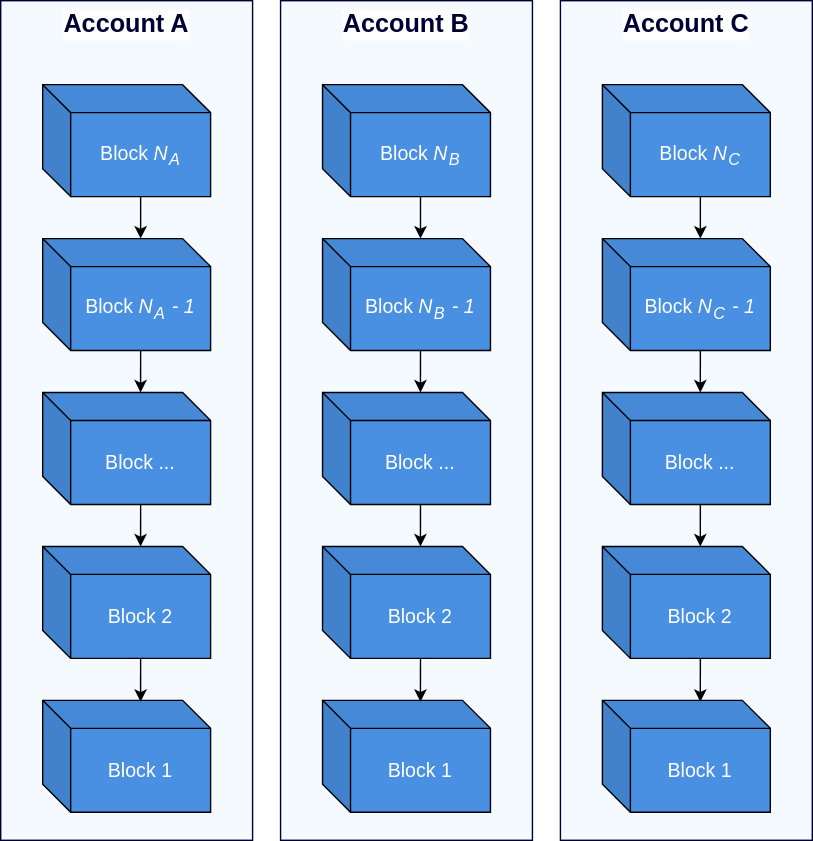
The draw.io diagram docs/diagrams/account-chains.svg in nanocurrency/nano-docs, before a commit. Source tidied: cells renumbered, new cells last; positions are measured from the earlier drawing's top-left corner, leaving out a move shared by most shapes.
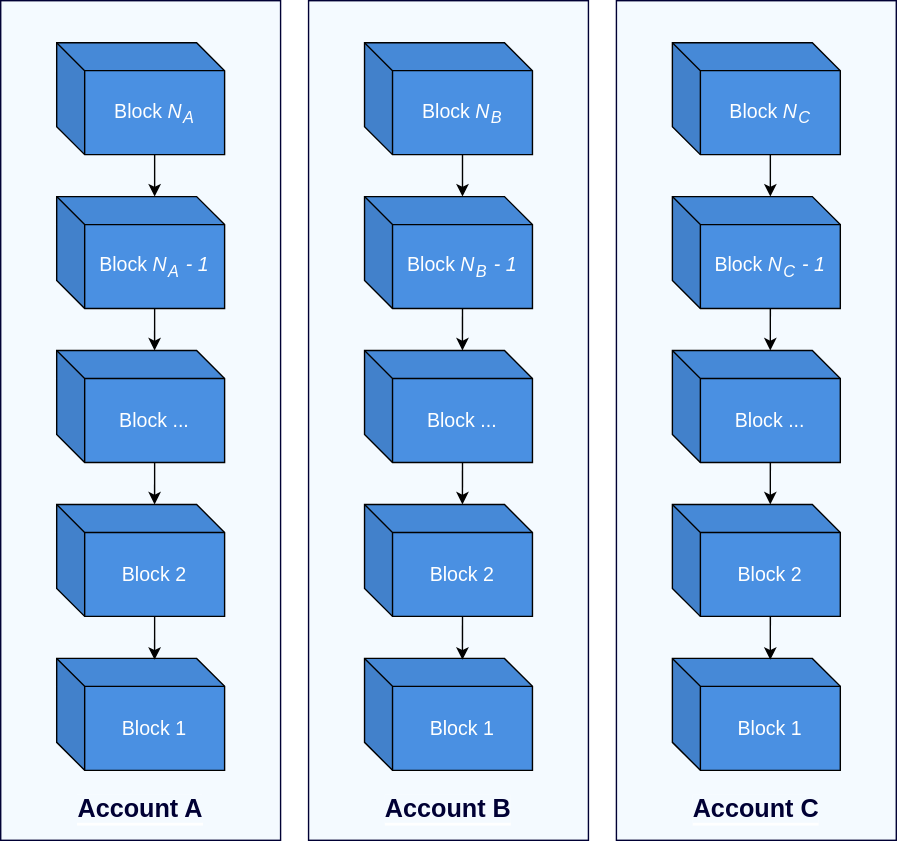
After the change.

Change to the diagram source:
```diff
@@ -2,28 +2,28 @@
   <root>
     <mxCell id="0" />
     <mxCell id="1" parent="0" />
-    <mxCell id="2" value="&lt;font color=&quot;#000034&quot; size=&quot;1&quot;&gt;&lt;b style=&quot;font-size: 18px&quot;&gt;Account A&lt;/b&gt;&lt;/font&gt;" style="rounded=0;whiteSpace=wrap;html=1;verticalAlign=top;labelBackgroundColor=#ffffff;fillColor=#F4FAFF;strokeColor=#000034;" parent="1" vertex="1">
-      <mxGeometry width="180" height="600" as="geometry" />
+    <mxCell id="2" value="&lt;font color=&quot;#000034&quot; size=&quot;1&quot;&gt;&lt;b style=&quot;font-size: 18px ; background-color: rgb(244 , 250 , 255)&quot;&gt;Account A&lt;/b&gt;&lt;/font&gt;" style="rounded=0;whiteSpace=wrap;html=1;verticalAlign=bottom;labelBackgroundColor=#ffffff;fillColor=#F4FAFF;strokeColor=#000034;spacingBottom=8;" parent="1" vertex="1">
+      <mxGeometry x="-20" width="200" height="600" as="geometry" />
     </mxCell>
     <mxCell id="3" value="&lt;span style=&quot;color: rgb(255 , 255 , 255) ; font-family: &amp;#34;helvetica&amp;#34; ; font-size: 14px&quot;&gt;Block&lt;/span&gt;&lt;span style=&quot;color: rgb(255 , 255 , 255) ; font-family: &amp;#34;helvetica&amp;#34; ; font-size: 14px&quot;&gt;&amp;nbsp;&lt;/span&gt;&lt;i style=&quot;color: rgb(255 , 255 , 255) ; font-family: &amp;#34;helvetica&amp;#34; ; font-size: 14px ; box-sizing: inherit&quot;&gt;N&lt;sub style=&quot;box-sizing: inherit ; line-height: 1em ; margin-left: 0.078125em&quot;&gt;A&lt;/sub&gt;&lt;/i&gt;" style="shape=cube;whiteSpace=wrap;html=1;boundedLbl=1;backgroundOutline=1;darkOpacity=0.05;darkOpacity2=0.1;fillColor=#4A90E2;" parent="1" vertex="1">
-      <mxGeometry x="30" y="60" width="120" height="80" as="geometry" />
+      <mxGeometry x="20" y="30" width="120" height="80" as="geometry" />
     </mxCell>
     <mxCell id="4" value="&lt;span style=&quot;color: rgb(255 , 255 , 255) ; font-family: &amp;#34;helvetica&amp;#34; ; font-size: 14px&quot;&gt;Block&lt;/span&gt;&lt;span style=&quot;color: rgb(255 , 255 , 255) ; font-family: &amp;#34;helvetica&amp;#34; ; font-size: 14px&quot;&gt;&amp;nbsp;&lt;/span&gt;&lt;i style=&quot;color: rgb(255 , 255 , 255) ; font-family: &amp;#34;helvetica&amp;#34; ; font-size: 14px ; box-sizing: inherit&quot;&gt;N&lt;sub style=&quot;box-sizing: inherit ; line-height: 1em ; margin-left: 0.078125em&quot;&gt;A&lt;/sub&gt;&lt;span style=&quot;box-sizing: inherit ; line-height: 1em ; margin-left: 0.078125em&quot;&gt;&amp;nbsp;- 1&lt;/span&gt;&lt;/i&gt;" style="shape=cube;whiteSpace=wrap;html=1;boundedLbl=1;backgroundOutline=1;darkOpacity=0.05;darkOpacity2=0.1;fillColor=#4A90E2;" parent="1" vertex="1">
-      <mxGeometry x="30" y="170" width="120" height="80" as="geometry" />
+      <mxGeometry x="20" y="140" width="120" height="80" as="geometry" />
     </mxCell>
     <mxCell id="5" value="&lt;font color=&quot;#ffffff&quot; face=&quot;helvetica&quot;&gt;&lt;span style=&quot;font-size: 14px&quot;&gt;Block ...&lt;/span&gt;&lt;/font&gt;" style="shape=cube;whiteSpace=wrap;html=1;boundedLbl=1;backgroundOutline=1;darkOpacity=0.05;darkOpacity2=0.1;fillColor=#4A90E2;" parent="1" vertex="1">
-      <mxGeometry x="30" y="280" width="120" height="80" as="geometry" />
+      <mxGeometry x="20" y="250" width="120" height="80" as="geometry" />
     </mxCell>
     <mxCell id="6" value="&lt;font color=&quot;#ffffff&quot; face=&quot;helvetica&quot;&gt;&lt;span style=&quot;font-size: 14px&quot;&gt;Block 2&lt;/span&gt;&lt;/font&gt;" style="shape=cube;whiteSpace=wrap;html=1;boundedLbl=1;backgroundOutline=1;darkOpacity=0.05;darkOpacity2=0.1;fillColor=#4A90E2;" parent="1" vertex="1">
-      <mxGeometry x="30" y="390" width="120" height="80" as="geometry" />
+      <mxGeometry x="20" y="360" width="120" height="80" as="geometry" />
     </mxCell>
     <mxCell id="7" value="&lt;font color=&quot;#ffffff&quot; face=&quot;helvetica&quot;&gt;&lt;span style=&quot;font-size: 14px&quot;&gt;Block 1&lt;/span&gt;&lt;/font&gt;" style="shape=cube;whiteSpace=wrap;html=1;boundedLbl=1;backgroundOutline=1;darkOpacity=0.05;darkOpacity2=0.1;fillColor=#4A90E2;" parent="1" vertex="1">
-      <mxGeometry x="30" y="500" width="120" height="80" as="geometry" />
+      <mxGeometry x="20" y="470" width="120" height="80" as="geometry" />
     </mxCell>
     <mxCell id="8" style="endArrow=classic;html=1;strokeWidth=1;endFill=1;" parent="1" edge="1">
       <mxGeometry relative="1" as="geometry">
-        <mxPoint x="100" y="140" as="sourcePoint" />
-        <mxPoint x="100" y="170" as="targetPoint" />
+        <mxPoint x="90" y="110" as="sourcePoint" />
+        <mxPoint x="90" y="140" as="targetPoint" />
       </mxGeometry>
     </mxCell>
     <mxCell id="9" style="endArrow=classic;html=1;strokeWidth=1;endFill=1;exitX=0;exitY=0;exitDx=70;exitDy=80;exitPerimeter=0;entryX=0.583;entryY=0;entryDx=0;entryDy=0;entryPerimeter=0;" parent="1" edge="1" source="4" target="5">
@@ -35,28 +35,28 @@
     <mxCell id="11" style="endArrow=classic;html=1;strokeWidth=1;endFill=1;exitX=0;exitY=0;exitDx=70;exitDy=80;exitPerimeter=0;entryX=0.583;entryY=0.013;entryDx=0;entryDy=0;entryPerimeter=0;" parent="1" edge="1" source="6" target="7">
       <mxGeometry relative="1" as="geometry" />
     </mxCell>
-    <mxCell id="12" value="&lt;font color=&quot;#000034&quot; size=&quot;1&quot;&gt;&lt;b style=&quot;font-size: 18px&quot;&gt;Account B&lt;/b&gt;&lt;/font&gt;" style="rounded=0;whiteSpace=wrap;html=1;verticalAlign=top;labelBackgroundColor=#ffffff;fillColor=#F4FAFF;strokeColor=#000034;" parent="1" vertex="1">
-      <mxGeometry x="200" width="180" height="600" as="geometry" />
+    <mxCell id="12" value="&lt;font color=&quot;#000034&quot; size=&quot;1&quot;&gt;&lt;b style=&quot;font-size: 18px ; background-color: rgb(244 , 250 , 255)&quot;&gt;Account B&lt;/b&gt;&lt;/font&gt;" style="rounded=0;whiteSpace=wrap;html=1;verticalAlign=bottom;labelBackgroundColor=#ffffff;fillColor=#F4FAFF;strokeColor=#000034;spacingBottom=8;" parent="1" vertex="1">
+      <mxGeometry x="200" width="200" height="600" as="geometry" />
     </mxCell>
     <mxCell id="13" value="&lt;span style=&quot;color: rgb(255 , 255 , 255) ; font-family: &amp;#34;helvetica&amp;#34; ; font-size: 14px&quot;&gt;Block&lt;/span&gt;&lt;span style=&quot;color: rgb(255 , 255 , 255) ; font-family: &amp;#34;helvetica&amp;#34; ; font-size: 14px&quot;&gt;&amp;nbsp;&lt;/span&gt;&lt;i style=&quot;color: rgb(255 , 255 , 255) ; font-family: &amp;#34;helvetica&amp;#34; ; font-size: 14px ; box-sizing: inherit&quot;&gt;N&lt;sub style=&quot;box-sizing: inherit ; line-height: 1em ; margin-left: 0.078125em&quot;&gt;B&lt;/sub&gt;&lt;/i&gt;" style="shape=cube;whiteSpace=wrap;html=1;boundedLbl=1;backgroundOutline=1;darkOpacity=0.05;darkOpacity2=0.1;fillColor=#4A90E2;" parent="1" vertex="1">
-      <mxGeometry x="230" y="60" width="120" height="80" as="geometry" />
+      <mxGeometry x="240" y="30" width="120" height="80" as="geometry" />
     </mxCell>
     <mxCell id="14" value="&lt;span style=&quot;color: rgb(255 , 255 , 255) ; font-family: &amp;#34;helvetica&amp;#34; ; font-size: 14px&quot;&gt;Block&lt;/span&gt;&lt;span style=&quot;color: rgb(255 , 255 , 255) ; font-family: &amp;#34;helvetica&amp;#34; ; font-size: 14px&quot;&gt;&amp;nbsp;&lt;/span&gt;&lt;i style=&quot;color: rgb(255 , 255 , 255) ; font-family: &amp;#34;helvetica&amp;#34; ; font-size: 14px ; box-sizing: inherit&quot;&gt;N&lt;sub style=&quot;box-sizing: inherit ; line-height: 1em ; margin-left: 0.078125em&quot;&gt;B&lt;/sub&gt;&lt;span style=&quot;box-sizing: inherit ; line-height: 1em ; margin-left: 0.078125em&quot;&gt;&amp;nbsp;- 1&lt;/span&gt;&lt;/i&gt;" style="shape=cube;whiteSpace=wrap;html=1;boundedLbl=1;backgroundOutline=1;darkOpacity=0.05;darkOpacity2=0.1;fillColor=#4A90E2;" parent="1" vertex="1">
-      <mxGeometry x="230" y="170" width="120" height="80" as="geometry" />
+      <mxGeometry x="240" y="140" width="120" height="80" as="geometry" />
     </mxCell>
     <mxCell id="15" value="&lt;font color=&quot;#ffffff&quot; face=&quot;helvetica&quot;&gt;&lt;span style=&quot;font-size: 14px&quot;&gt;Block ...&lt;/span&gt;&lt;/font&gt;" style="shape=cube;whiteSpace=wrap;html=1;boundedLbl=1;backgroundOutline=1;darkOpacity=0.05;darkOpacity2=0.1;fillColor=#4A90E2;" parent="1" vertex="1">
-      <mxGeometry x="230" y="280" width="120" height="80" as="geometry" />
+      <mxGeometry x="240" y="250" width="120" height="80" as="geometry" />
     </mxCell>
     <mxCell id="16" value="&lt;font color=&quot;#ffffff&quot; face=&quot;helvetica&quot;&gt;&lt;span style=&quot;font-size: 14px&quot;&gt;Block 2&lt;/span&gt;&lt;/font&gt;" style="shape=cube;whiteSpace=wrap;html=1;boundedLbl=1;backgroundOutline=1;darkOpacity=0.05;darkOpacity2=0.1;fillColor=#4A90E2;" parent="1" vertex="1">
-      <mxGeometry x="230" y="390" width="120" height="80" as="geometry" />
+      <mxGeometry x="240" y="360" width="120" height="80" as="geometry" />
     </mxCell>
     <mxCell id="17" value="&lt;font color=&quot;#ffffff&quot; face=&quot;helvetica&quot;&gt;&lt;span style=&quot;font-size: 14px&quot;&gt;Block 1&lt;/span&gt;&lt;/font&gt;" style="shape=cube;whiteSpace=wrap;html=1;boundedLbl=1;backgroundOutline=1;darkOpacity=0.05;darkOpacity2=0.1;fillColor=#4A90E2;" parent="1" vertex="1">
-      <mxGeometry x="230" y="500" width="120" height="80" as="geometry" />
+      <mxGeometry x="240" y="470" width="120" height="80" as="geometry" />
     </mxCell>
     <mxCell id="18" style="endArrow=classic;html=1;strokeWidth=1;endFill=1;" parent="1" edge="1">
       <mxGeometry relative="1" as="geometry">
-        <mxPoint x="300" y="140" as="sourcePoint" />
-        <mxPoint x="300" y="170" as="targetPoint" />
+        <mxPoint x="310" y="110" as="sourcePoint" />
+        <mxPoint x="310" y="140" as="targetPoint" />
       </mxGeometry>
     </mxCell>
     <mxCell id="19" style="endArrow=classic;html=1;strokeWidth=1;endFill=1;exitX=0;exitY=0;exitDx=70;exitDy=80;exitPerimeter=0;entryX=0.583;entryY=0;entryDx=0;entryDy=0;entryPerimeter=0;" parent="1" edge="1" source="14" target="15">
@@ -68,28 +68,28 @@
     <mxCell id="21" style="endArrow=classic;html=1;strokeWidth=1;endFill=1;exitX=0;exitY=0;exitDx=70;exitDy=80;exitPerimeter=0;entryX=0.583;entryY=0.013;entryDx=0;entryDy=0;entryPerimeter=0;" parent="1" edge="1" source="16" target="17">
       <mxGeometry relative="1" as="geometry" />
     </mxCell>
-    <mxCell id="22" value="&lt;font color=&quot;#000034&quot; size=&quot;1&quot;&gt;&lt;b style=&quot;font-size: 18px&quot;&gt;Account C&lt;/b&gt;&lt;/font&gt;" style="rounded=0;whiteSpace=wrap;html=1;verticalAlign=top;labelBackgroundColor=#ffffff;fillColor=#F4FAFF;strokeColor=#000034;" parent="1" vertex="1">
-      <mxGeometry x="400" width="180" height="600" as="geometry" />
+    <mxCell id="22" value="&lt;font color=&quot;#000034&quot; size=&quot;1&quot;&gt;&lt;b style=&quot;font-size: 18px ; background-color: rgb(244 , 250 , 255)&quot;&gt;Account C&lt;/b&gt;&lt;/font&gt;" style="rounded=0;whiteSpace=wrap;html=1;verticalAlign=bottom;labelBackgroundColor=#ffffff;fillColor=#F4FAFF;strokeColor=#000034;spacingBottom=8;" parent="1" vertex="1">
+      <mxGeometry x="420" width="200" height="600" as="geometry" />
     </mxCell>
     <mxCell id="23" value="&lt;span style=&quot;color: rgb(255 , 255 , 255) ; font-family: &amp;#34;helvetica&amp;#34; ; font-size: 14px&quot;&gt;Block&lt;/span&gt;&lt;span style=&quot;color: rgb(255 , 255 , 255) ; font-family: &amp;#34;helvetica&amp;#34; ; font-size: 14px&quot;&gt;&amp;nbsp;&lt;/span&gt;&lt;i style=&quot;color: rgb(255 , 255 , 255) ; font-family: &amp;#34;helvetica&amp;#34; ; box-sizing: inherit ; font-size: 14px&quot;&gt;N&lt;sub style=&quot;box-sizing: inherit ; line-height: 1em ; margin-left: 0.078125em&quot;&gt;C&lt;/sub&gt;&lt;/i&gt;" style="shape=cube;whiteSpace=wrap;html=1;boundedLbl=1;backgroundOutline=1;darkOpacity=0.05;darkOpacity2=0.1;fillColor=#4A90E2;" parent="1" vertex="1">
-      <mxGeometry x="430" y="60" width="120" height="80" as="geometry" />
+      <mxGeometry x="460" y="30" width="120" height="80" as="geometry" />
     </mxCell>
     <mxCell id="24" value="&lt;span style=&quot;color: rgb(255 , 255 , 255) ; font-family: &amp;#34;helvetica&amp;#34; ; font-size: 14px&quot;&gt;Block&lt;/span&gt;&lt;span style=&quot;color: rgb(255 , 255 , 255) ; font-family: &amp;#34;helvetica&amp;#34; ; font-size: 14px&quot;&gt;&amp;nbsp;&lt;/span&gt;&lt;i style=&quot;color: rgb(255 , 255 , 255) ; font-family: &amp;#34;helvetica&amp;#34; ; font-size: 14px ; box-sizing: inherit&quot;&gt;N&lt;sub style=&quot;box-sizing: inherit ; line-height: 1em ; margin-left: 0.078125em&quot;&gt;C&lt;/sub&gt;&lt;span style=&quot;box-sizing: inherit ; line-height: 1em ; margin-left: 0.078125em&quot;&gt;&amp;nbsp;- 1&lt;/span&gt;&lt;/i&gt;" style="shape=cube;whiteSpace=wrap;html=1;boundedLbl=1;backgroundOutline=1;darkOpacity=0.05;darkOpacity2=0.1;fillColor=#4A90E2;" parent="1" vertex="1">
-      <mxGeometry x="430" y="170" width="120" height="80" as="geometry" />
+      <mxGeometry x="460" y="140" width="120" height="80" as="geometry" />
     </mxCell>
     <mxCell id="25" value="&lt;font color=&quot;#ffffff&quot; face=&quot;helvetica&quot;&gt;&lt;span style=&quot;font-size: 14px&quot;&gt;Block ...&lt;/span&gt;&lt;/font&gt;" style="shape=cube;whiteSpace=wrap;html=1;boundedLbl=1;backgroundOutline=1;darkOpacity=0.05;darkOpacity2=0.1;fillColor=#4A90E2;" parent="1" vertex="1">
-      <mxGeometry x="430" y="280" width="120" height="80" as="geometry" />
+      <mxGeometry x="460" y="250" width="120" height="80" as="geometry" />
     </mxCell>
     <mxCell id="26" value="&lt;font color=&quot;#ffffff&quot; face=&quot;helvetica&quot;&gt;&lt;span style=&quot;font-size: 14px&quot;&gt;Block 2&lt;/span&gt;&lt;/font&gt;" style="shape=cube;whiteSpace=wrap;html=1;boundedLbl=1;backgroundOutline=1;darkOpacity=0.05;darkOpacity2=0.1;fillColor=#4A90E2;" parent="1" vertex="1">
-      <mxGeometry x="430" y="390" width="120" height="80" as="geometry" />
+      <mxGeometry x="460" y="360" width="120" height="80" as="geometry" />
     </mxCell>
     <mxCell id="27" value="&lt;font color=&quot;#ffffff&quot; face=&quot;helvetica&quot;&gt;&lt;span style=&quot;font-size: 14px&quot;&gt;Block 1&lt;/span&gt;&lt;/font&gt;" style="shape=cube;whiteSpace=wrap;html=1;boundedLbl=1;backgroundOutline=1;darkOpacity=0.05;darkOpacity2=0.1;fillColor=#4A90E2;" parent="1" vertex="1">
-      <mxGeometry x="430" y="500" width="120" height="80" as="geometry" />
+      <mxGeometry x="460" y="470" width="120" height="80" as="geometry" />
     </mxCell>
     <mxCell id="28" style="endArrow=classic;html=1;strokeWidth=1;endFill=1;" parent="1" edge="1">
       <mxGeometry relative="1" as="geometry">
-        <mxPoint x="500" y="140" as="sourcePoint" />
-        <mxPoint x="500" y="170" as="targetPoint" />
+        <mxPoint x="530" y="110" as="sourcePoint" />
+        <mxPoint x="530" y="140" as="targetPoint" />
       </mxGeometry>
     </mxCell>
     <mxCell id="29" style="endArrow=classic;html=1;strokeWidth=1;endFill=1;exitX=0;exitY=0;exitDx=70;exitDy=80;exitPerimeter=0;entryX=0.583;entryY=0;entryDx=0;entryDy=0;entryPerimeter=0;" parent="1" edge="1" source="24" target="25">
```
